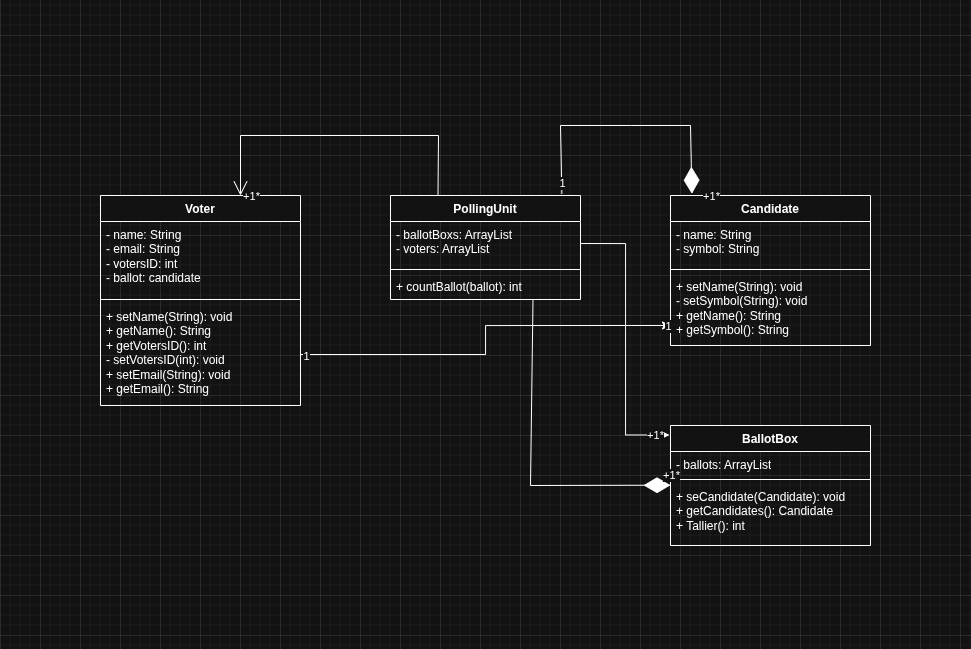
Before: diagrams/ElectionSnack.drawio.png, a diagram exported from draw.io (Adamsonoladipupo/Election-Snack). Source tidied: cells renumbered, new cells last; positions are measured from the earlier drawing's top-left corner, leaving out a move shared by most shapes.
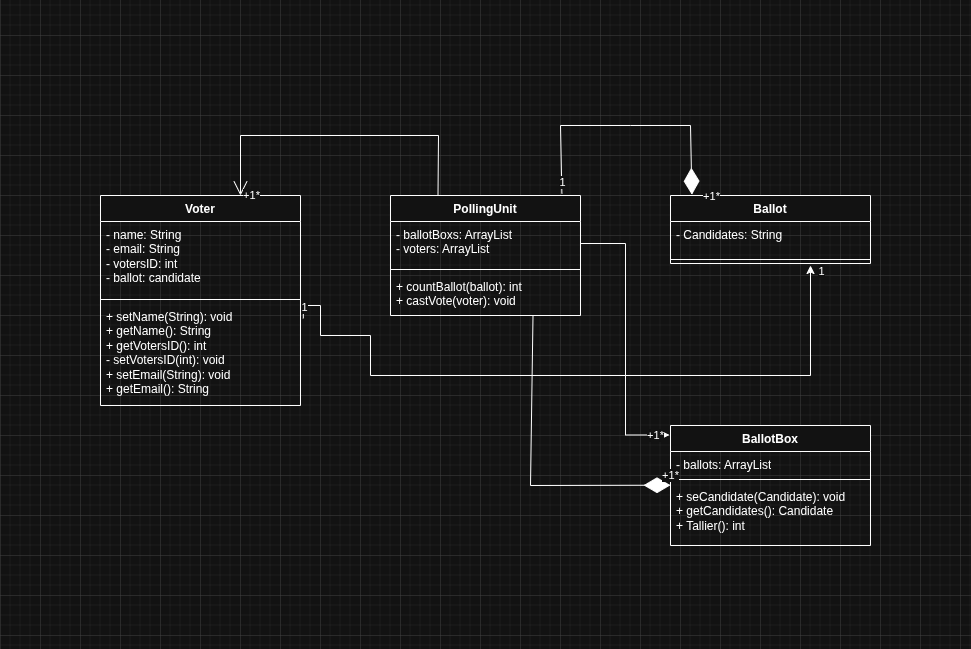
Above is the later version.

The edit, as a diff of the source:
```diff
@@ -3,7 +3,7 @@
     <mxCell id="0" />
     <mxCell id="1" parent="0" />
     <mxCell id="2" value="PollingUnit" style="swimlane;fontStyle=1;align=center;verticalAlign=top;horizontal=1;startSize=26;whiteSpace=wrap;html=1;" parent="1" vertex="1">
-      <mxGeometry x="290" y="70" width="190" height="104" as="geometry" />
+      <mxGeometry x="290" y="70" width="190" height="120" as="geometry" />
     </mxCell>
     <mxCell id="3" value="- ballotBoxs: ArrayList&lt;div&gt;- voters: ArrayList&lt;/div&gt;" style="text;strokeColor=none;fillColor=none;align=left;verticalAlign=top;spacingLeft=4;spacingRight=4;overflow=hidden;points=[[0,0.5],[1,0.5]];portConstraint=eastwest;whiteSpace=wrap;html=1;" parent="2" vertex="1">
       <mxGeometry y="26" width="190" height="44" as="geometry" />
@@ -11,8 +11,8 @@
     <mxCell id="4" style="line;strokeWidth=1;fillColor=none;align=left;verticalAlign=middle;spacingTop=-1;spacingLeft=3;spacingRight=3;labelPosition=right;strokeColor=inherit;" parent="2" vertex="1">
       <mxGeometry y="70" width="190" height="8" as="geometry" />
     </mxCell>
-    <mxCell id="5" value="+ countBallot(ballot): int" style="text;strokeColor=none;fillColor=none;align=left;verticalAlign=top;spacingLeft=4;spacingRight=4;overflow=hidden;whiteSpace=wrap;html=1;" parent="2" vertex="1">
-      <mxGeometry y="78" width="190" height="26" as="geometry" />
+    <mxCell id="5" value="+ countBallot(ballot): int&lt;div&gt;+ castVote(voter): void&lt;/div&gt;" style="text;strokeColor=none;fillColor=none;align=left;verticalAlign=top;spacingLeft=4;spacingRight=4;overflow=hidden;whiteSpace=wrap;html=1;" parent="2" vertex="1">
+      <mxGeometry y="78" width="190" height="42" as="geometry" />
     </mxCell>
     <mxCell id="6" value="Voter" style="swimlane;fontStyle=1;align=center;verticalAlign=top;horizontal=1;startSize=26;whiteSpace=wrap;html=1;" parent="1" vertex="1">
       <mxGeometry y="70" width="200" height="210" as="geometry" />
@@ -38,23 +38,32 @@
     <mxCell id="13" value="+ seCandidate(Candidate): void&lt;div&gt;+ getCandidates(): Candidate&lt;/div&gt;&lt;div&gt;&lt;div&gt;+ Tallier(): int&lt;/div&gt;&lt;/div&gt;" style="text;strokeColor=none;fillColor=none;align=left;verticalAlign=top;spacingLeft=4;spacingRight=4;overflow=hidden;whiteSpace=wrap;html=1;" parent="10" vertex="1">
       <mxGeometry y="58" width="200" height="62" as="geometry" />
     </mxCell>
-    <mxCell id="14" value="Candidate" style="swimlane;fontStyle=1;align=center;verticalAlign=top;horizontal=1;startSize=26;whiteSpace=wrap;html=1;" parent="1" vertex="1">
-      <mxGeometry x="570" y="70" width="200" height="150" as="geometry" />
+    <mxCell id="14" value="Ballot" style="swimlane;fontStyle=1;align=center;verticalAlign=top;horizontal=1;startSize=26;whiteSpace=wrap;html=1;" parent="1" vertex="1">
+      <mxGeometry x="570" y="70" width="200" height="68" as="geometry" />
     </mxCell>
-    <mxCell id="15" value="- name: String&lt;div&gt;- symbol: String&lt;/div&gt;" style="text;strokeColor=none;fillColor=none;align=left;verticalAlign=top;spacingLeft=4;spacingRight=4;overflow=hidden;whiteSpace=wrap;html=1;" parent="14" vertex="1">
-      <mxGeometry y="26" width="200" height="44" as="geometry" />
+    <mxCell id="15" value="- Candidates: String" style="text;strokeColor=none;fillColor=none;align=left;verticalAlign=top;spacingLeft=4;spacingRight=4;overflow=hidden;whiteSpace=wrap;html=1;" parent="14" vertex="1">
+      <mxGeometry y="26" width="200" height="34" as="geometry" />
     </mxCell>
     <mxCell id="16" style="line;strokeWidth=1;fillColor=none;align=left;verticalAlign=middle;spacingTop=-1;spacingLeft=3;spacingRight=3;labelPosition=right;strokeColor=inherit;" parent="14" vertex="1">
-      <mxGeometry y="70" width="200" height="8" as="geometry" />
+      <mxGeometry y="60" width="200" height="8" as="geometry" />
     </mxCell>
-    <mxCell id="17" value="+ setName(String): void&lt;div&gt;- setSymbol(String): void&lt;/div&gt;&lt;div&gt;+ getName(): String&lt;/div&gt;&lt;div&gt;+ getSymbol(): String&lt;/div&gt;" style="text;strokeColor=none;fillColor=none;align=left;verticalAlign=top;spacingLeft=4;spacingRight=4;overflow=hidden;points=[[0,0.5],[1,0.5]];portConstraint=eastwest;whiteSpace=wrap;html=1;" parent="14" vertex="1">
-      <mxGeometry y="78" width="200" height="72" as="geometry" />
-    </mxCell>
-    <mxCell id="18" style="edgeStyle=orthogonalEdgeStyle;rounded=0;jettySize=auto;html=1;entryX=0;entryY=0.722;entryDx=0;entryDy=0;entryPerimeter=0;" parent="1" edge="1" source="9" target="17">
-      <mxGeometry relative="1" as="geometry" />
+    <mxCell id="18" style="edgeStyle=orthogonalEdgeStyle;rounded=0;jettySize=auto;html=1;exitX=1.014;exitY=0.146;exitDx=0;exitDy=0;exitPerimeter=0;" parent="1" edge="1" source="9">
+      <mxGeometry relative="1" as="geometry">
+        <mxPoint x="710" y="140" as="targetPoint" />
+        <Array as="points">
+          <mxPoint x="203" y="180" />
+          <mxPoint x="220" y="180" />
+          <mxPoint x="220" y="210" />
+          <mxPoint x="270" y="210" />
+          <mxPoint x="270" y="250" />
+          <mxPoint x="710" y="250" />
+        </Array>
+      </mxGeometry>
     </mxCell>
     <mxCell id="19" value="1" style="edgeLabel;html=1;align=center;verticalAlign=middle;" parent="18" vertex="1">
-      <mxGeometry x="0.99" relative="1" as="geometry" />
+      <mxGeometry x="0.99" relative="1" as="geometry">
+        <mxPoint x="10" as="offset" />
+      </mxGeometry>
     </mxCell>
     <mxCell id="20" value="1" style="edgeLabel;html=1;align=center;verticalAlign=middle;" parent="18" vertex="1">
       <mxGeometry x="-0.97" y="-1" relative="1" as="geometry" />
```
